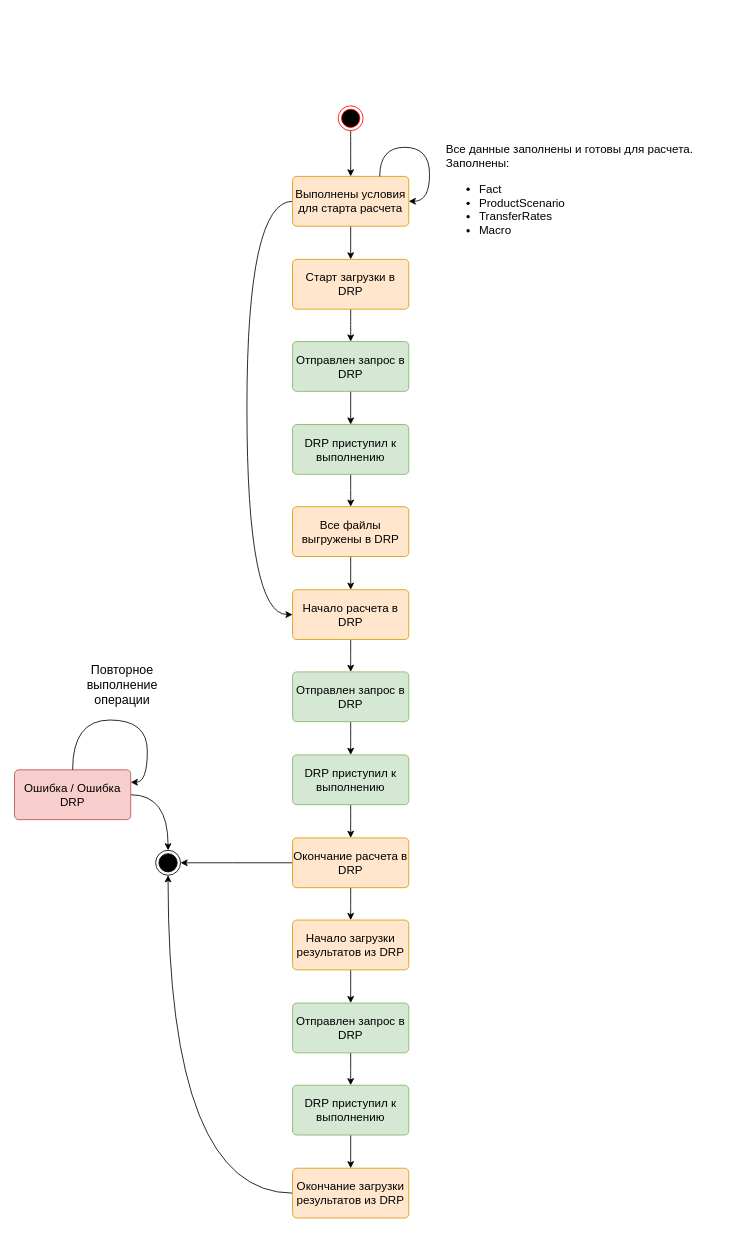
This is images/Calculation State Machine.drawio from Romanow/state-machine, a draw.io file, before an edit. Source tidied: cells renumbered, new cells numbered last; positions are measured from the earlier drawing's top-left corner, leaving out a move shared by most shapes. Both pictures are drawn from the tidied source at 83%, with x=0, y=0 at pixel (14, 105).
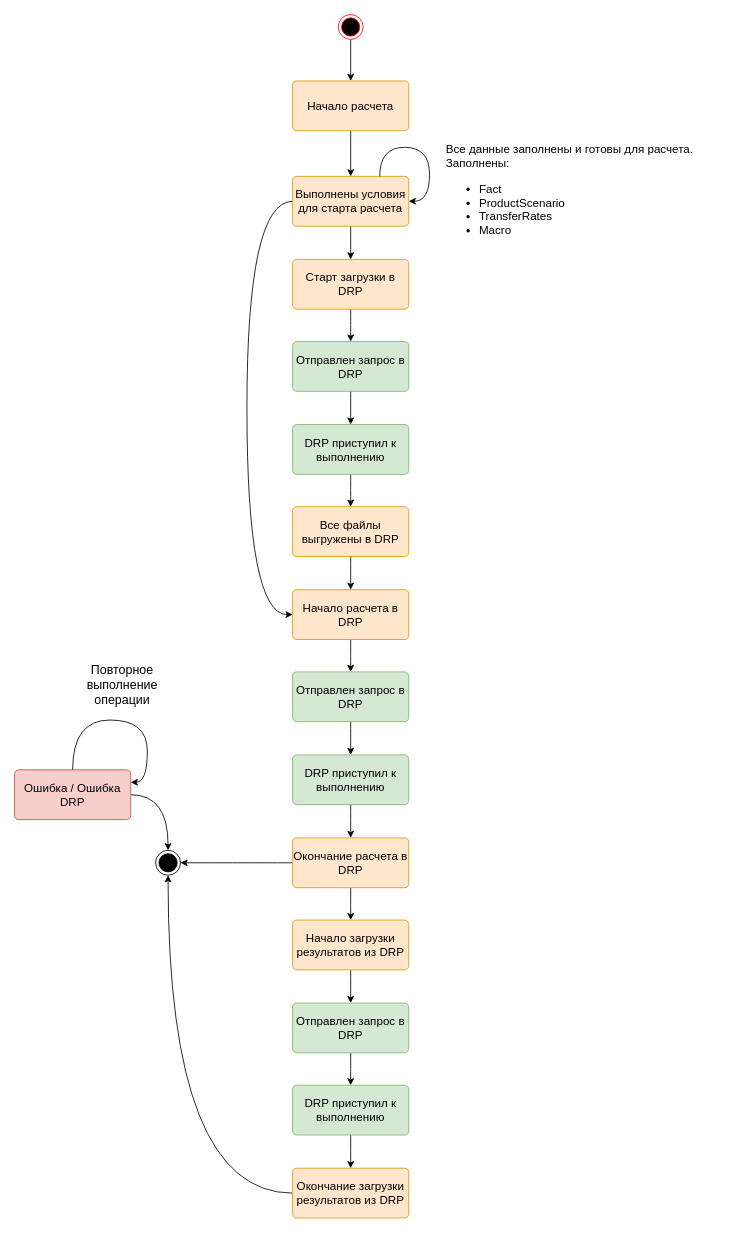
The same page after the edit.

The change refers to these unchanged cells:
```xml
<mxCell id="19" value="Выполнены условия для старта расчета" style="html=1;align=center;verticalAlign=middle;rounded=1;absoluteArcSize=1;arcSize=10;dashed=0;fontSize=14;whiteSpace=wrap;fillColor=#ffe6cc;strokeColor=#d79b00;" parent="1" vertex="1">
  <mxGeometry x="335" y="85" width="140" height="60" as="geometry" />
</mxCell>
```

Change to the diagram source:
```diff
@@
-    <mxCell id="2" style="edgeStyle=orthogonalEdgeStyle;curved=1;rounded=0;jettySize=auto;html=1;fontSize=14;" parent="1" edge="1" source="3" target="19">
-      <mxGeometry relative="1" as="geometry" />
-    </mxCell>
+    <mxCell id="39" style="edgeStyle=orthogonalEdgeStyle;rounded=0;jettySize=auto;html=1;entryX=0.5;entryY=0;entryDx=0;entryDy=0;" parent="1" edge="1" source="3" target="41">
+      <mxGeometry relative="1" as="geometry" />
+    </mxCell>
     <mxCell id="3" style="ellipse;html=1;shape=endState;fillColor=#000000;strokeColor=#ff0000;" parent="1" vertex="1">
-      <mxGeometry x="390" width="30" height="30" as="geometry" />
+      <mxGeometry x="390" y="-110" width="30" height="30" as="geometry" />
     </mxCell>
@@
+    <mxCell id="40" style="edgeStyle=orthogonalEdgeStyle;rounded=0;jettySize=auto;html=1;exitX=0.5;exitY=1;exitDx=0;exitDy=0;entryX=0.5;entryY=0;entryDx=0;entryDy=0;" parent="1" edge="1" source="41" target="19">
+      <mxGeometry relative="1" as="geometry" />
+    </mxCell>
+    <mxCell id="41" value="Начало расчета" style="html=1;align=center;verticalAlign=middle;rounded=1;absoluteArcSize=1;arcSize=10;dashed=0;fontSize=14;whiteSpace=wrap;fillColor=#ffe6cc;strokeColor=#d79b00;" parent="1" vertex="1">
+      <mxGeometry x="335" y="-30" width="140" height="60" as="geometry" />
+    </mxCell>
```
